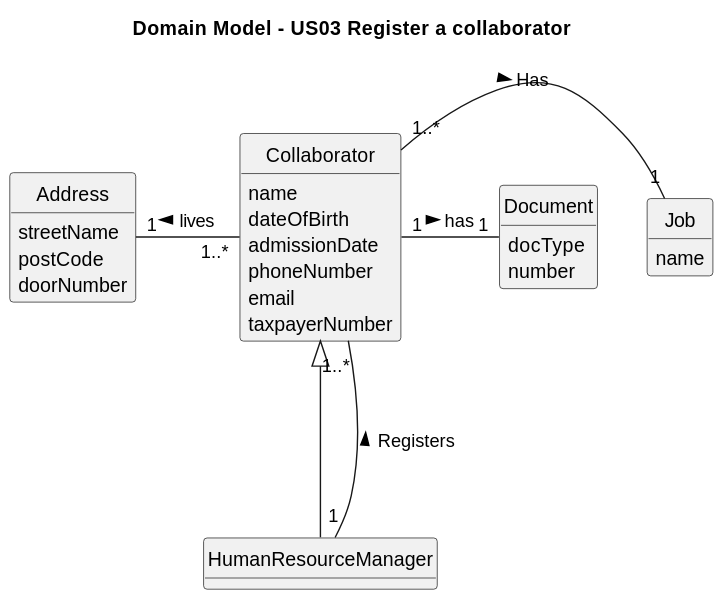
This is docs/sprint2/us03/02.analysis/svg/us03-domain-model.svg from Departamento-de-Engenharia-Informatica/lei-24-s2-1db-g022, a PlantUML export, as it was before one commit.
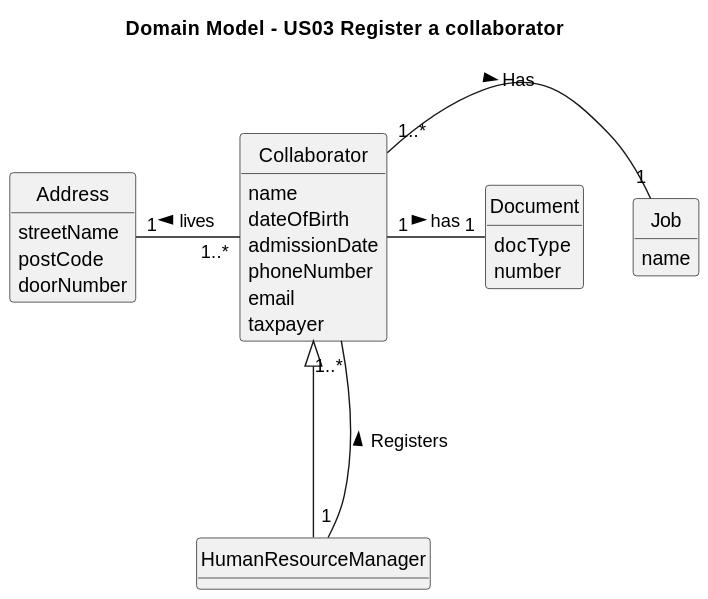
After the commit.

The edit, as a diff of the source:
```diff
@@ -17,7 +17,7 @@
     admissionDate
     phoneNumber
     email
-    taxpayerNumber
+    taxpayer
 }
 
 class Job{
```
